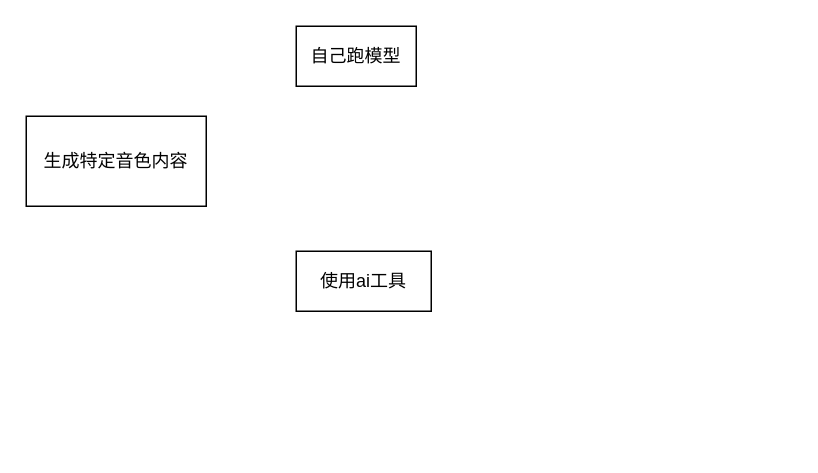
Earlier version of the draw.io diagram 生成特定音色和内容.drawio (hhhhh15/drawio). Source tidied: cells renumbered, new cells numbered last; positions are measured from the earlier drawing's top-left corner, leaving out a move shared by most shapes. Both pictures are drawn from the tidied source at 150%, with x=0, y=0 at pixel (26, 26).
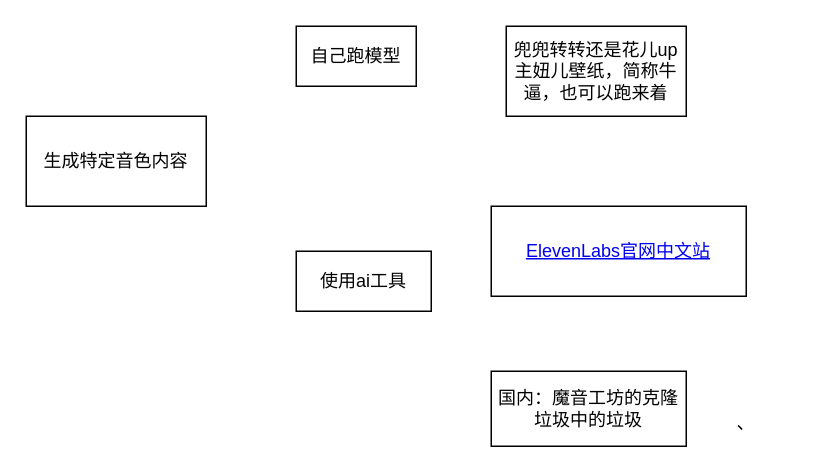
The same diagram, later.

Commit message:
更新生成特定音色和内容.drawio

The edit, as a diff of the source:
```diff
@@
 <mxGraphModel>
   <root>
     <mxCell id="0" />
     <mxCell id="1" parent="0" />
     <mxCell id="2" value="生成特定音色内容" style="whiteSpace=wrap;html=1;" parent="1" vertex="1">
       <mxGeometry y="60" width="120" height="60" as="geometry" />
     </mxCell>
     <mxCell id="3" value="自己跑模型" style="whiteSpace=wrap;html=1;" parent="1" vertex="1">
       <mxGeometry x="180" width="80" height="40" as="geometry" />
     </mxCell>
     <mxCell id="4" value="使用ai工具" style="whiteSpace=wrap;html=1;" parent="1" vertex="1">
       <mxGeometry x="180" y="150" width="90" height="40" as="geometry" />
     </mxCell>
+    <mxCell id="5" value="国内：魔音工坊的克隆&lt;div&gt;垃圾中的垃圾&lt;/div&gt;" style="whiteSpace=wrap;html=1;" parent="1" vertex="1">
+      <mxGeometry x="310" y="230" width="130" height="50" as="geometry" />
+    </mxCell>
+    <mxCell id="6" value="、" style="text;html=1;whiteSpace=wrap;strokeColor=none;fillColor=none;align=center;verticalAlign=middle;rounded=0;" parent="1" vertex="1">
+      <mxGeometry x="450" y="250" width="60" height="30" as="geometry" />
+    </mxCell>
+    <mxCell id="7" value="&lt;a href=&quot;https://elevenlabscn.com/&quot;&gt;ElevenLabs官网中文站&lt;/a&gt;" style="whiteSpace=wrap;html=1;" parent="1" vertex="1">
+      <mxGeometry x="310" y="120" width="170" height="60" as="geometry" />
+    </mxCell>
+    <mxCell id="8" value="兜兜转转还是花儿up主妞儿壁纸，简称牛逼，也可以跑来着" style="whiteSpace=wrap;html=1;" parent="1" vertex="1">
+      <mxGeometry x="320" width="120" height="60" as="geometry" />
+    </mxCell>
   </root>
 </mxGraphModel>
```
